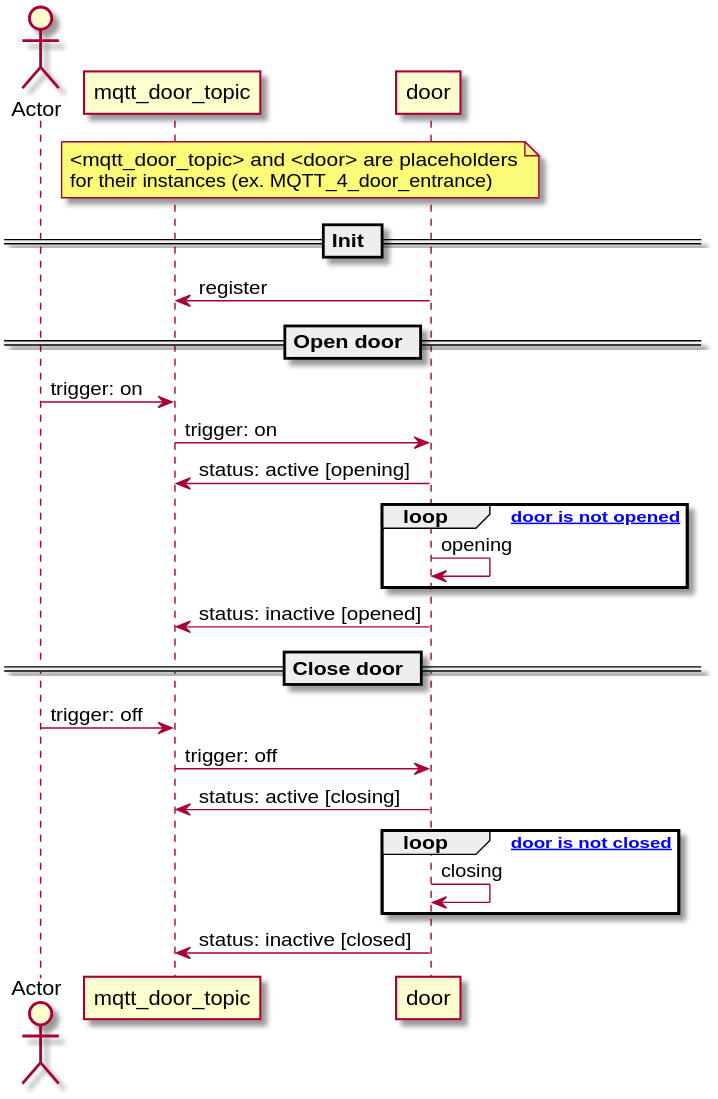
ubilab-ws21/operator keeps this PlantUML diagram as doc/design/group_4_door.svg. Above is the earlier version.
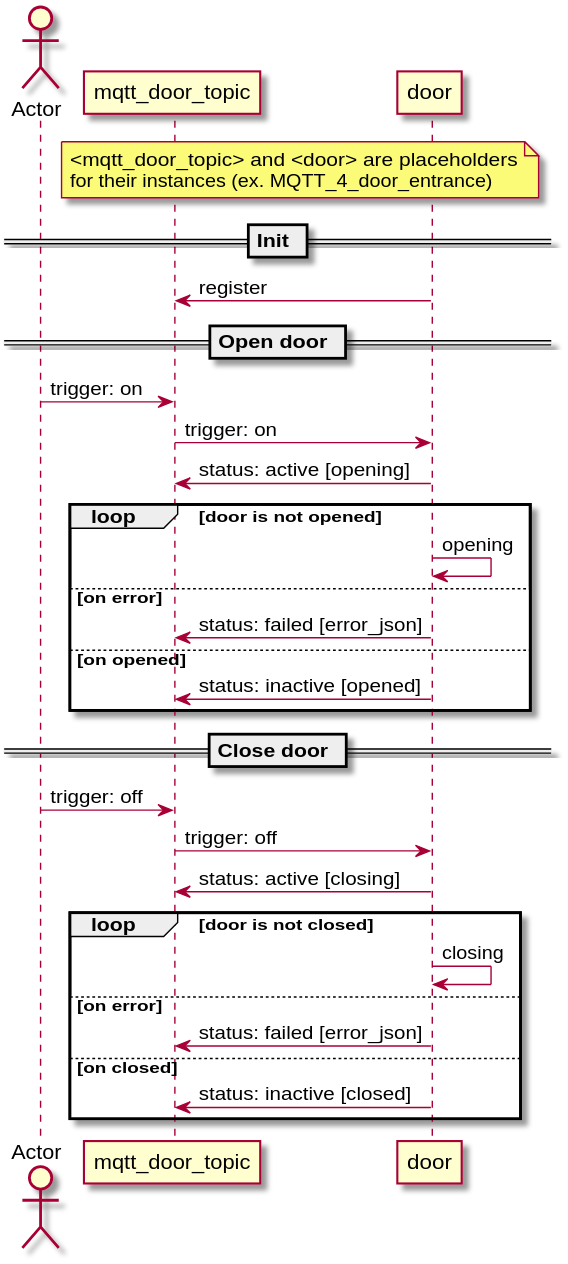
After the change.

Commit message:
Adapt diagrams of group 4 by error handling

What changed in the source:
```diff
@@ -14,19 +14,23 @@
 Actor -> mqtt_door_topic: trigger: on
 mqtt_door_topic -> door: trigger: on
 door -> mqtt_door_topic: status: active [opening]
-loop [on door is not opened]
+loop door is not opened
     door -> door: opening
+else on error
+    door -> mqtt_door_topic: status: failed [error_json]
+else on opened
+    door -> mqtt_door_topic: status: inactive [opened]
 end
-
-door -> mqtt_door_topic: status: inactive [opened]
 
 == Close door ==
 Actor -> mqtt_door_topic: trigger: off
 mqtt_door_topic -> door: trigger: off
 door -> mqtt_door_topic: status: active [closing]
-loop [on door is not closed]
+loop door is not closed
     door -> door: closing
+else on error
+    door -> mqtt_door_topic: status: failed [error_json]
+else on closed
+    door -> mqtt_door_topic: status: inactive [closed]
 end
-
-door -> mqtt_door_topic: status: inactive [closed]
 @enduml
```
